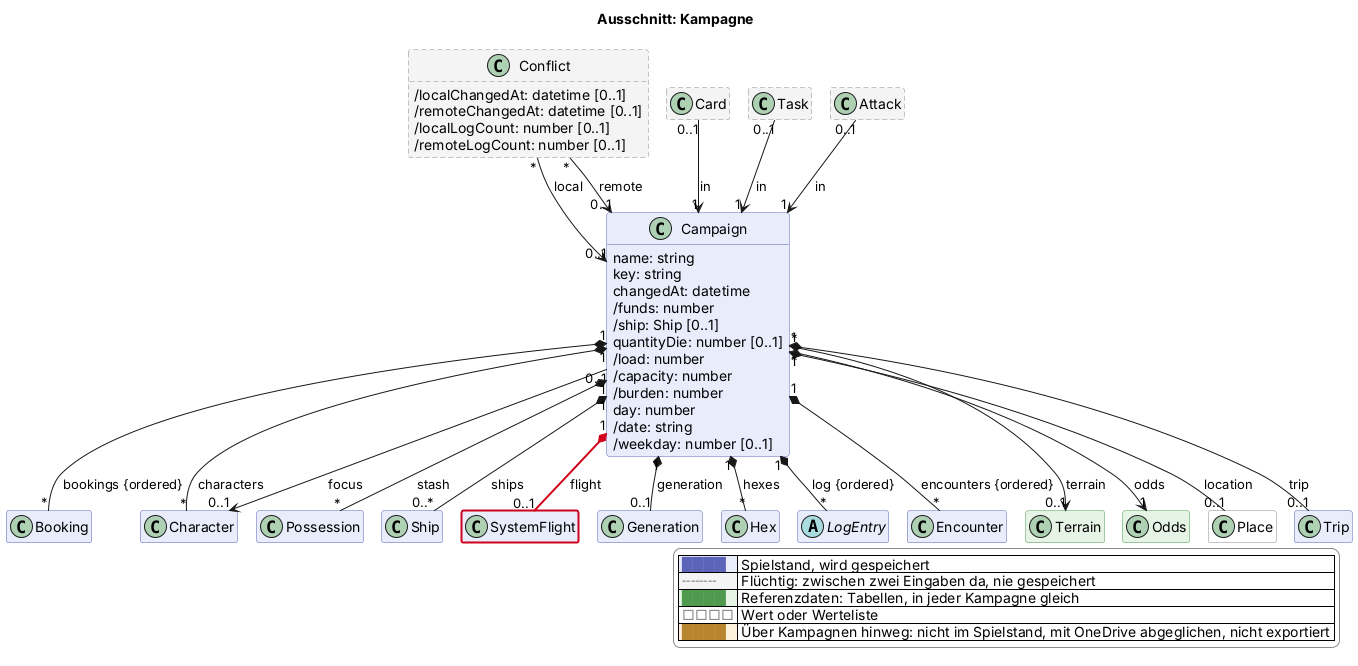
The PlantUML diagram docs/views/kampagne.png in scuzzar/SRE, before a commit.
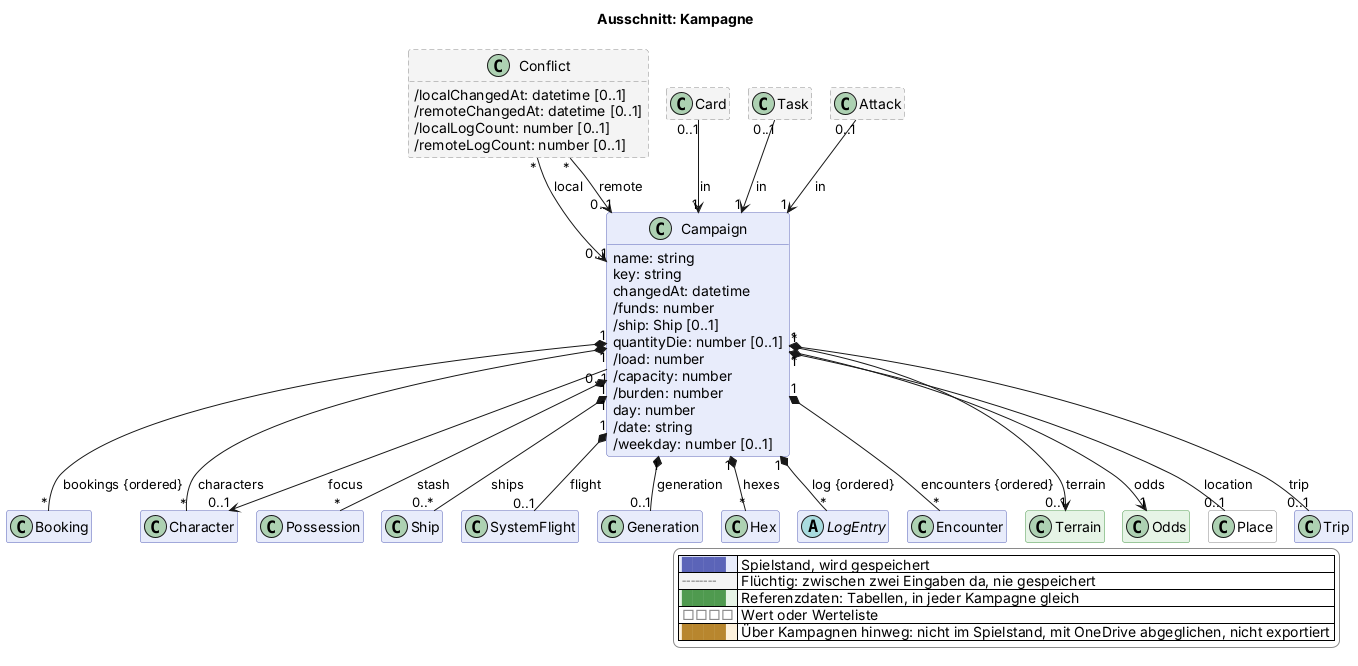
After the change.

What changed in the source:
```diff
@@ -89,7 +89,7 @@
 
   class Ship $schiffe
 
-  class SystemFlight $raum $newClass("2026-11-18")
+  class SystemFlight $raum
 
   class Generation $erschaffung
 
@@ -125,7 +125,7 @@
 
 Campaign "1" *-- "0..*" Ship : ships
 
-Campaign "1" *-$newArrow("2026-11-18")- "0..1" SystemFlight : flight
+Campaign "1" *-- "0..1" SystemFlight : flight
 
 
 Campaign "1" *-- "0..1" Generation : generation
```
